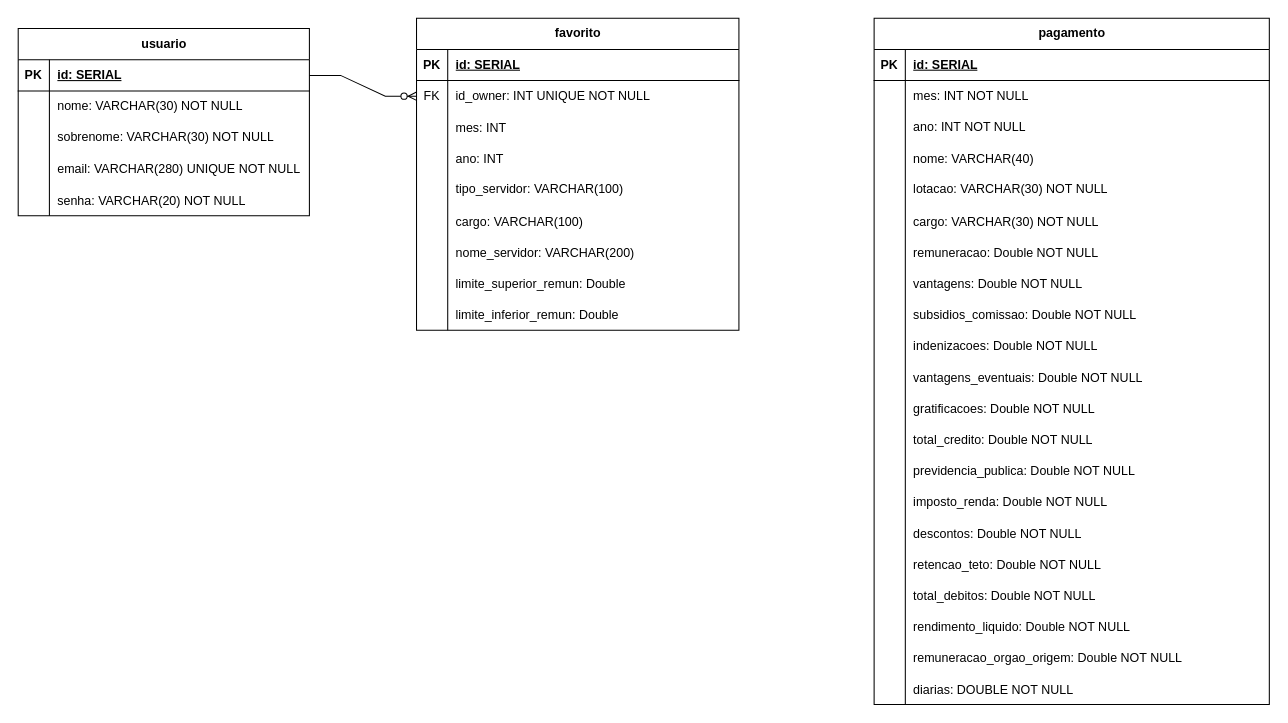
Before: modelo_de_dados/modelo_fisico.drawio in ArthurHenriqueSilva/Eng_SW_2, a draw.io diagram. Source tidied: cells renumbered, new cells numbered last; positions are measured from the earlier drawing's top-left corner, leaving out a move shared by most shapes. Both pictures are drawn from the tidied source at 104%, with x=0, y=0 at pixel (18, 18).
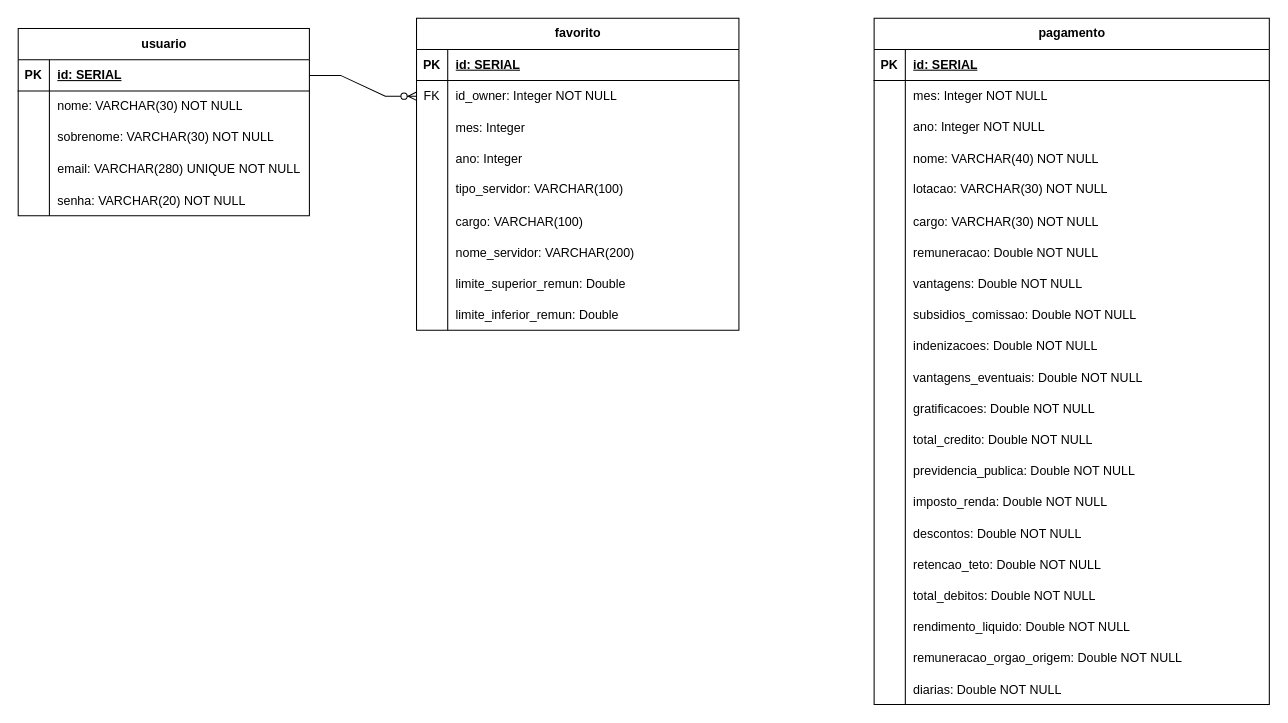
The same page after the edit.

Commit message (it also covers changes not shown here):
Update modelo físico - Déborah

The change refers to these unchanged cells:
```xml
<mxCell id="22" style="shape=tableRow;horizontal=0;startSize=0;swimlaneHead=0;swimlaneBody=0;fillColor=none;points=[[0,0.5],[1,0.5]];portConstraint=eastwest;top=0;left=0;right=0;bottom=0;" parent="18" vertex="1">
  <mxGeometry y="60" width="310" height="30" as="geometry" />
</mxCell>
<mxCell id="25" style="shape=tableRow;horizontal=0;startSize=0;swimlaneHead=0;swimlaneBody=0;fillColor=none;top=0;left=0;right=0;bottom=0;" parent="18" vertex="1">
  <mxGeometry y="90" width="310" height="30" as="geometry" />
</mxCell>
<mxCell id="28" style="shape=tableRow;horizontal=0;startSize=0;swimlaneHead=0;swimlaneBody=0;fillColor=none;top=0;left=0;right=0;bottom=0;" parent="18" vertex="1">
  <mxGeometry y="120" width="310" height="30" as="geometry" />
</mxCell>
<mxCell id="50" style="shape=tableRow;horizontal=0;startSize=0;swimlaneHead=0;swimlaneBody=0;fillColor=none;top=0;left=0;right=0;bottom=0;" parent="46" vertex="1">
  <mxGeometry y="60" width="380" height="30" as="geometry" />
</mxCell>
<mxCell id="53" style="shape=tableRow;horizontal=0;startSize=0;swimlaneHead=0;swimlaneBody=0;fillColor=none;top=0;left=0;right=0;bottom=0;" parent="46" vertex="1">
  <mxGeometry y="90" width="380" height="30" as="geometry" />
</mxCell>
<mxCell id="56" style="shape=tableRow;horizontal=0;startSize=0;swimlaneHead=0;swimlaneBody=0;fillColor=none;top=0;left=0;right=0;bottom=0;" parent="46" vertex="1">
  <mxGeometry y="120" width="380" height="30" as="geometry" />
</mxCell>
<mxCell id="107" style="shape=tableRow;horizontal=0;startSize=0;swimlaneHead=0;swimlaneBody=0;fillColor=none;top=0;left=0;right=0;bottom=0;" parent="46" vertex="1">
  <mxGeometry y="630" width="380" height="30" as="geometry" />
</mxCell>
```

What changed in the source:
```diff
@@
-    <mxCell id="24" value="id_owner: INT UNIQUE NOT NULL" style="shape=partialRectangle;fillColor=none;top=0;left=0;bottom=0;right=0;align=left;spacingLeft=6;fontStyle=0;overflow=hidden;whiteSpace=wrap;html=1;" parent="22" vertex="1">
+    <mxCell id="24" value="id_owner: Integer NOT NULL" style="shape=partialRectangle;fillColor=none;top=0;left=0;bottom=0;right=0;align=left;spacingLeft=6;fontStyle=0;overflow=hidden;whiteSpace=wrap;html=1;" parent="22" vertex="1">
       <mxGeometry x="30" width="280" height="30" as="geometry" />
     </mxCell>
@@
-    <mxCell id="27" value="mes: INT" style="shape=partialRectangle;fillColor=none;top=0;left=0;bottom=0;right=0;align=left;spacingLeft=6;overflow=hidden;" parent="25" vertex="1">
+    <mxCell id="27" value="mes: Integer" style="shape=partialRectangle;fillColor=none;top=0;left=0;bottom=0;right=0;align=left;spacingLeft=6;overflow=hidden;" parent="25" vertex="1">
       <mxGeometry x="30" width="280" height="30" as="geometry" />
     </mxCell>
@@
-    <mxCell id="30" value="ano: INT" style="shape=partialRectangle;fillColor=none;top=0;left=0;bottom=0;right=0;align=left;spacingLeft=6;overflow=hidden;" parent="28" vertex="1">
+    <mxCell id="30" value="ano: Integer" style="shape=partialRectangle;fillColor=none;top=0;left=0;bottom=0;right=0;align=left;spacingLeft=6;overflow=hidden;" parent="28" vertex="1">
       <mxGeometry x="30" width="280" height="30" as="geometry" />
     </mxCell>
@@
-    <mxCell id="52" value="mes: INT NOT NULL" style="shape=partialRectangle;fillColor=none;top=0;left=0;bottom=0;right=0;align=left;spacingLeft=6;overflow=hidden;whiteSpace=wrap;html=1;" parent="50" vertex="1">
+    <mxCell id="52" value="mes: Integer NOT NULL" style="shape=partialRectangle;fillColor=none;top=0;left=0;bottom=0;right=0;align=left;spacingLeft=6;overflow=hidden;whiteSpace=wrap;html=1;" parent="50" vertex="1">
       <mxGeometry x="30" width="350" height="30" as="geometry" />
     </mxCell>
@@
-    <mxCell id="55" value="ano: INT NOT NULL" style="shape=partialRectangle;fillColor=none;top=0;left=0;bottom=0;right=0;align=left;spacingLeft=6;overflow=hidden;whiteSpace=wrap;html=1;" parent="53" vertex="1">
+    <mxCell id="55" value="ano: Integer NOT NULL" style="shape=partialRectangle;fillColor=none;top=0;left=0;bottom=0;right=0;align=left;spacingLeft=6;overflow=hidden;whiteSpace=wrap;html=1;" parent="53" vertex="1">
       <mxGeometry x="30" width="350" height="30" as="geometry" />
     </mxCell>
@@
-    <mxCell id="58" value="nome: VARCHAR(40)" style="shape=partialRectangle;fillColor=none;top=0;left=0;bottom=0;right=0;align=left;spacingLeft=6;overflow=hidden;" parent="56" vertex="1">
+    <mxCell id="58" value="nome: VARCHAR(40) NOT NULL" style="shape=partialRectangle;fillColor=none;top=0;left=0;bottom=0;right=0;align=left;spacingLeft=6;overflow=hidden;" parent="56" vertex="1">
       <mxGeometry x="30" width="350" height="30" as="geometry" />
     </mxCell>
@@
-    <mxCell id="109" value="diarias: DOUBLE NOT NULL" style="shape=partialRectangle;fillColor=none;top=0;left=0;bottom=0;right=0;align=left;spacingLeft=6;overflow=hidden;" parent="107" vertex="1">
+    <mxCell id="109" value="diarias: Double NOT NULL" style="shape=partialRectangle;fillColor=none;top=0;left=0;bottom=0;right=0;align=left;spacingLeft=6;overflow=hidden;" parent="107" vertex="1">
       <mxGeometry x="30" width="350" height="30" as="geometry" />
     </mxCell>
```
